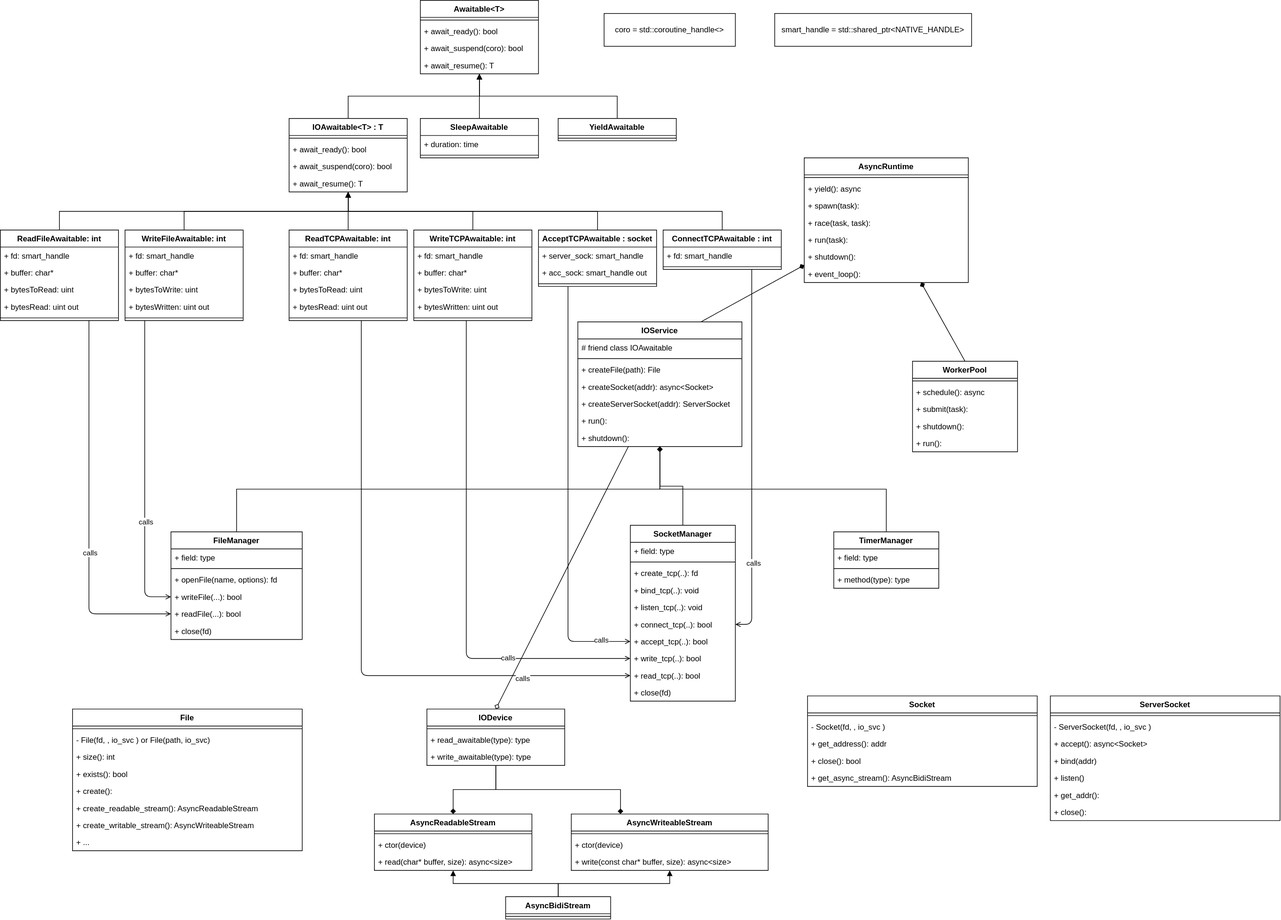
Earlier version of the draw.io export uml/asyncruntime.drawio.svg (PeimonBot/WebCraft). Source tidied: cells renumbered, new cells last; positions are measured from the earlier drawing's top-left corner, leaving out a move shared by most shapes.
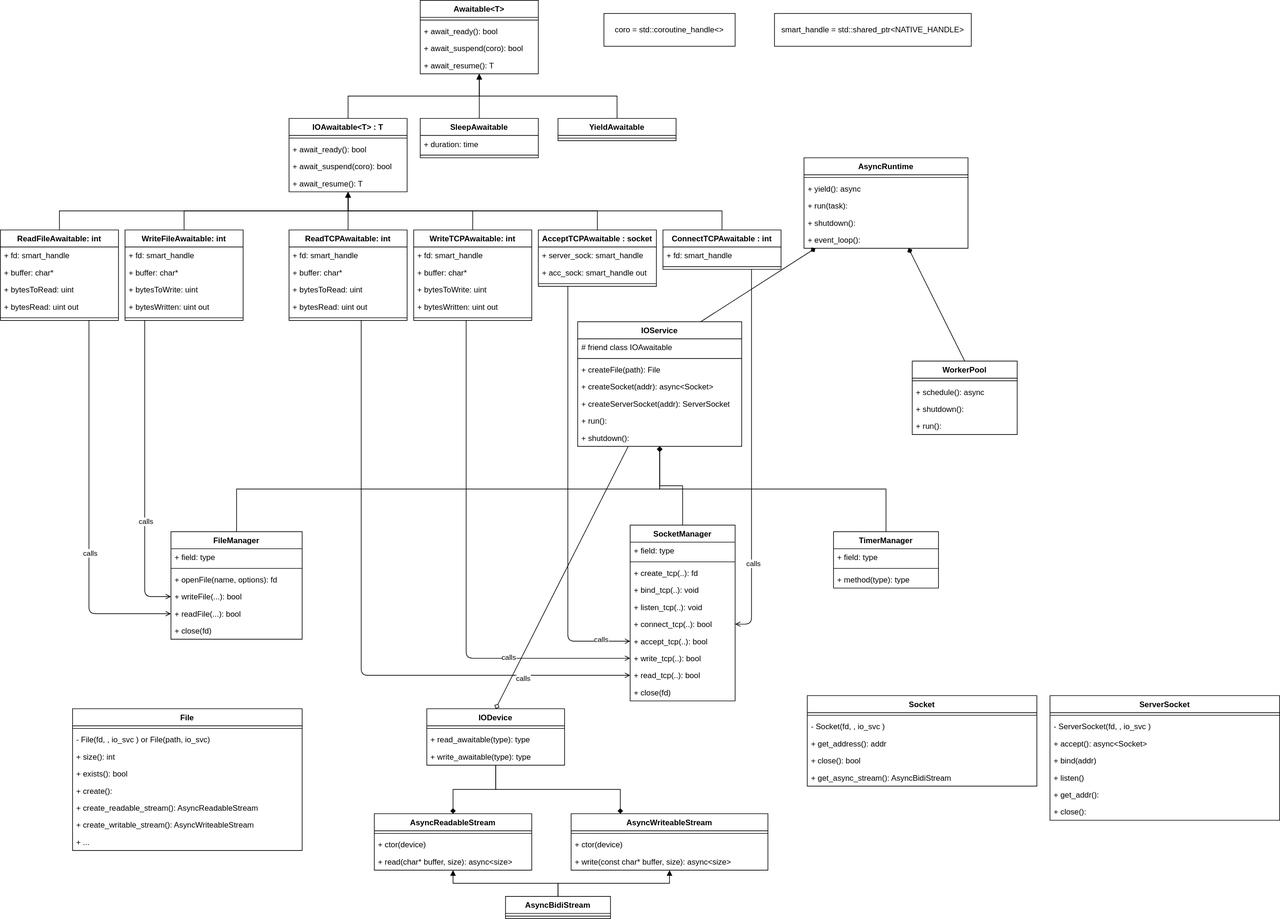
The same diagram one commit later.

Change to the diagram source:
```diff
@@ -340,7 +340,7 @@
       <mxGeometry relative="1" as="geometry" />
     </mxCell>
     <mxCell id="106" value="WorkerPool" style="swimlane;fontStyle=1;align=center;verticalAlign=top;horizontal=1;startSize=26;whiteSpace=wrap;html=1;" parent="1" vertex="1">
-      <mxGeometry x="1390" y="550" width="160" height="138" as="geometry" />
+      <mxGeometry x="1390" y="550" width="160" height="112" as="geometry" />
     </mxCell>
     <mxCell id="107" style="line;strokeWidth=1;fillColor=none;align=left;verticalAlign=middle;spacingTop=-1;spacingLeft=3;spacingRight=3;labelPosition=right;strokeColor=inherit;" parent="106" vertex="1">
       <mxGeometry y="26" width="160" height="8" as="geometry" />
@@ -348,14 +348,11 @@
     <mxCell id="108" value="+ schedule(): async" style="text;strokeColor=none;fillColor=none;align=left;verticalAlign=top;spacingLeft=4;spacingRight=4;overflow=hidden;whiteSpace=wrap;html=1;" parent="106" vertex="1">
       <mxGeometry y="34" width="160" height="26" as="geometry" />
     </mxCell>
-    <mxCell id="109" value="+ submit(task):" style="text;strokeColor=none;fillColor=none;align=left;verticalAlign=top;spacingLeft=4;spacingRight=4;overflow=hidden;whiteSpace=wrap;html=1;" parent="106" vertex="1">
-      <mxGeometry y="60" width="160" height="26" as="geometry" />
-    </mxCell>
     <mxCell id="110" value="+ shutdown():" style="text;strokeColor=none;fillColor=none;align=left;verticalAlign=top;spacingLeft=4;spacingRight=4;overflow=hidden;whiteSpace=wrap;html=1;" parent="106" vertex="1">
-      <mxGeometry y="86" width="160" height="26" as="geometry" />
+      <mxGeometry y="60" width="160" height="26" as="geometry" />
     </mxCell>
     <mxCell id="111" value="+ run():" style="text;strokeColor=none;fillColor=none;align=left;verticalAlign=top;spacingLeft=4;spacingRight=4;overflow=hidden;whiteSpace=wrap;html=1;" parent="106" vertex="1">
-      <mxGeometry y="112" width="160" height="26" as="geometry" />
+      <mxGeometry y="86" width="160" height="26" as="geometry" />
     </mxCell>
     <mxCell id="112" value="AsyncReadableStream" style="swimlane;fontStyle=1;align=center;verticalAlign=top;horizontal=1;startSize=26;whiteSpace=wrap;html=1;" parent="1" vertex="1">
       <mxGeometry x="570" y="1240" width="240" height="86" as="geometry" />
@@ -484,7 +481,7 @@
       <mxGeometry y="164" width="350" height="26" as="geometry" />
     </mxCell>
     <mxCell id="154" value="AsyncRuntime" style="swimlane;fontStyle=1;align=center;verticalAlign=top;horizontal=1;startSize=26;whiteSpace=wrap;html=1;" parent="1" vertex="1">
-      <mxGeometry x="1225" y="240" width="250" height="190" as="geometry" />
+      <mxGeometry x="1225" y="240" width="250" height="138" as="geometry" />
     </mxCell>
     <mxCell id="155" style="line;strokeWidth=1;fillColor=none;align=left;verticalAlign=middle;spacingTop=-1;spacingLeft=3;spacingRight=3;labelPosition=right;strokeColor=inherit;" parent="154" vertex="1">
       <mxGeometry y="26" width="250" height="8" as="geometry" />
@@ -492,20 +489,14 @@
     <mxCell id="156" value="+ yield(): async" style="text;strokeColor=none;fillColor=none;align=left;verticalAlign=top;spacingLeft=4;spacingRight=4;overflow=hidden;whiteSpace=wrap;html=1;" parent="154" vertex="1">
       <mxGeometry y="34" width="250" height="26" as="geometry" />
     </mxCell>
-    <mxCell id="157" value="+ spawn(task):" style="text;strokeColor=none;fillColor=none;align=left;verticalAlign=top;spacingLeft=4;spacingRight=4;overflow=hidden;whiteSpace=wrap;html=1;" parent="154" vertex="1">
-      <mxGeometry y="60" width="250" height="26" as="geometry" />
-    </mxCell>
-    <mxCell id="158" value="+ race(task, task):" style="text;strokeColor=none;fillColor=none;align=left;verticalAlign=top;spacingLeft=4;spacingRight=4;overflow=hidden;whiteSpace=wrap;html=1;" parent="154" vertex="1">
-      <mxGeometry y="86" width="250" height="26" as="geometry" />
-    </mxCell>
     <mxCell id="159" value="+ run(task):" style="text;strokeColor=none;fillColor=none;align=left;verticalAlign=top;spacingLeft=4;spacingRight=4;overflow=hidden;whiteSpace=wrap;html=1;" parent="154" vertex="1">
-      <mxGeometry y="112" width="250" height="26" as="geometry" />
+      <mxGeometry y="60" width="250" height="26" as="geometry" />
     </mxCell>
     <mxCell id="160" value="+ shutdown():" style="text;strokeColor=none;fillColor=none;align=left;verticalAlign=top;spacingLeft=4;spacingRight=4;overflow=hidden;whiteSpace=wrap;html=1;" parent="154" vertex="1">
-      <mxGeometry y="138" width="250" height="26" as="geometry" />
+      <mxGeometry y="86" width="250" height="26" as="geometry" />
     </mxCell>
     <mxCell id="161" value="+ event_loop():" style="text;strokeColor=none;fillColor=none;align=left;verticalAlign=top;spacingLeft=4;spacingRight=4;overflow=hidden;whiteSpace=wrap;html=1;" parent="154" vertex="1">
-      <mxGeometry y="164" width="250" height="26" as="geometry" />
+      <mxGeometry y="112" width="250" height="26" as="geometry" />
     </mxCell>
   </root>
 </mxGraphModel>
```
